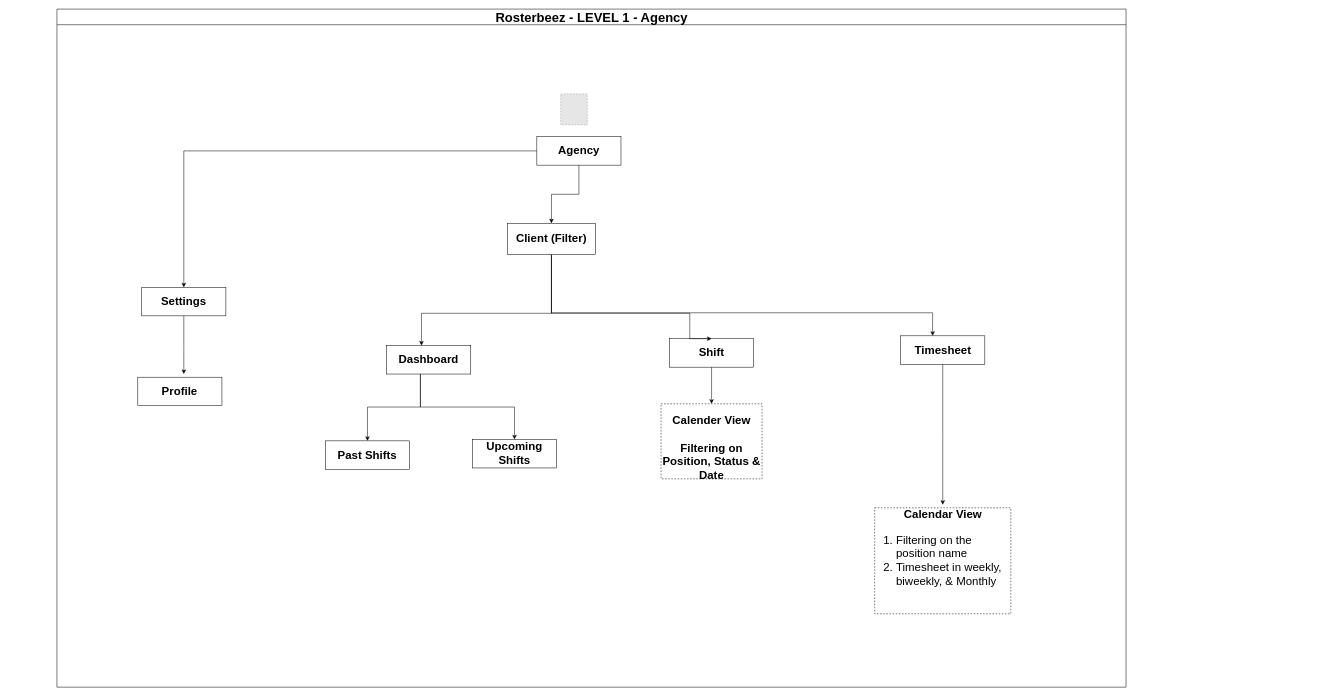
This is page "Agency" (3 of 3) of Rosterbeez.drawio from sachinjoseph26/diagrams, a draw.io file, before an edit. Source tidied: cells renumbered, new cells numbered last; positions are measured from the earlier drawing's top-left corner, leaving out a move shared by most shapes. Both pictures are drawn from the tidied source at 52%, with x=0, y=0 at pixel (9, 9). Pictures stored in the file or linked from it are replaced by grey dashed boxes.
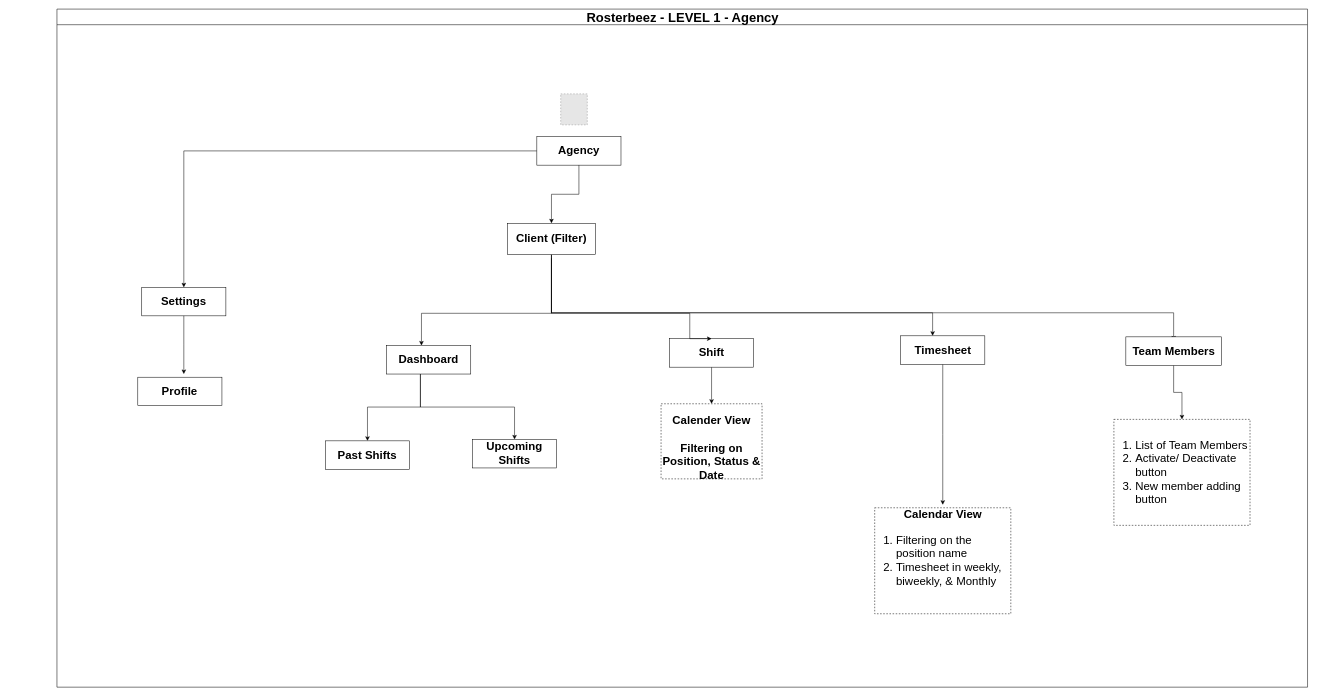
The same diagram, later.

What changed in the source:
```diff
@@
     <mxCell id="2" value="&lt;font style=&quot;font-size: 25px;&quot;&gt;Rosterbeez - LEVEL 1 - Agency&lt;/font&gt;" style="swimlane;html=1;startSize=30;horizontal=1;containerType=tree;glass=0;labelBackgroundColor=none;" parent="1" vertex="1">
-      <mxGeometry x="92" width="2056" height="1304" as="geometry" />
+      <mxGeometry x="92" width="2405" height="1304" as="geometry" />
     </mxCell>
@@
+    <mxCell id="28" style="edgeStyle=orthogonalEdgeStyle;rounded=0;orthogonalLoop=1;jettySize=auto;html=1;entryX=0.5;entryY=0;entryDx=0;entryDy=0;" parent="1" edge="1">
+      <mxGeometry relative="1" as="geometry">
+        <mxPoint x="1043" y="479" as="sourcePoint" />
+        <mxPoint x="2239.5" y="637.3" as="targetPoint" />
+        <Array as="points">
+          <mxPoint x="1043" y="584" />
+          <mxPoint x="2240" y="584" />
+        </Array>
+      </mxGeometry>
+    </mxCell>
@@
+    <mxCell id="29" style="edgeStyle=orthogonalEdgeStyle;rounded=0;jettySize=auto;html=1;entryX=0.5;entryY=0;entryDx=0;entryDy=0;" parent="1" edge="1" source="30" target="31">
+      <mxGeometry relative="1" as="geometry" />
+    </mxCell>
+    <mxCell id="30" value="&lt;span style=&quot;font-size: 22px;&quot;&gt;&lt;b&gt;Team Members&lt;/b&gt;&lt;/span&gt;" style="rounded=0;whiteSpace=wrap;html=1;labelBackgroundColor=none;" parent="1" vertex="1">
+      <mxGeometry x="2147.6" y="630.3" width="183.8" height="54.8" as="geometry" />
+    </mxCell>
+    <mxCell id="31" value="&lt;div&gt;&lt;b style=&quot;font-size: 22px; background-color: transparent; color: light-dark(rgb(0, 0, 0), rgb(255, 255, 255));&quot;&gt;&lt;br&gt;&lt;/b&gt;&lt;/div&gt;&lt;span style=&quot;background-color: transparent;&quot;&gt;&lt;div style=&quot;color: light-dark(rgb(0, 0, 0), rgb(255, 255, 255)); font-size: 22px; font-weight: bold;&quot;&gt;&lt;br&gt;&lt;/div&gt;&lt;div style=&quot;color: light-dark(rgb(0, 0, 0), rgb(255, 255, 255)); font-size: 22px;&quot;&gt;&lt;ol style=&quot;&quot;&gt;&lt;li style=&quot;text-align: left;&quot;&gt;List of Team Members&lt;/li&gt;&lt;li style=&quot;text-align: left;&quot;&gt;Activate/ Deactivate button&lt;/li&gt;&lt;li style=&quot;text-align: left;&quot;&gt;New member adding button&lt;/li&gt;&lt;/ol&gt;&lt;/div&gt;&lt;div style=&quot;text-align: left; color: light-dark(rgb(0, 0, 0), rgb(255, 255, 255)); font-size: 22px; font-weight: bold;&quot;&gt;&lt;b style=&quot;font-size: 22px; background-color: transparent; color: light-dark(rgb(0, 0, 0), rgb(255, 255, 255));&quot;&gt;&lt;br&gt;&lt;/b&gt;&lt;/div&gt;&lt;div style=&quot;text-align: left;&quot;&gt;&lt;span style=&quot;font-size: 22px;&quot;&gt;&lt;b&gt;&lt;br&gt;&lt;/b&gt;&lt;/span&gt;&lt;/div&gt;&lt;/span&gt;" style="rounded=0;whiteSpace=wrap;html=1;align=center;dashed=1;" parent="1" vertex="1">
+      <mxGeometry x="2124.6" y="789" width="261.8" height="203.8" as="geometry" />
+    </mxCell>
```
